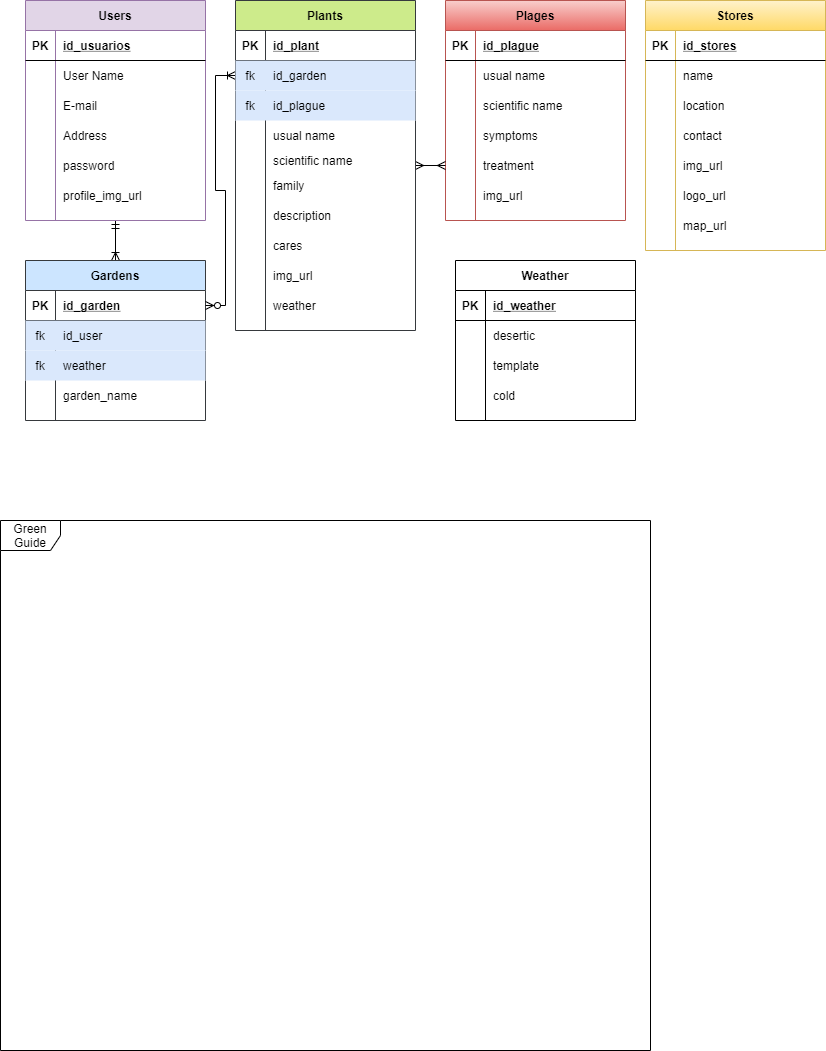
Above: Untitled Diagram.png in Green-Guide-utch/Entity-Relationship-Model (draw.io), before the change. Source tidied: cells renumbered, new cells last; positions are measured from the earlier drawing's top-left corner, leaving out a move shared by most shapes.
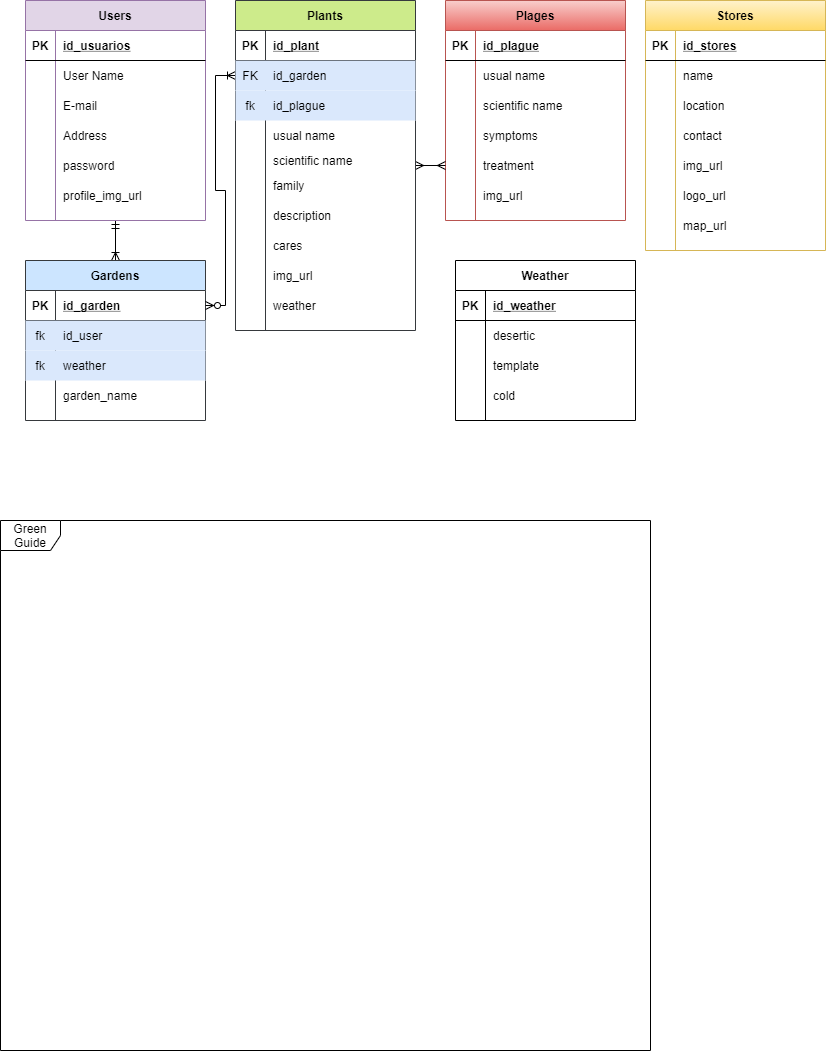
The same file after the commit.

Diff of the diagram source:
```diff
@@ -182,7 +182,7 @@
     <mxCell id="61" style="shape=partialRectangle;fillColor=#dae8fc;top=0;left=0;bottom=0;right=0;points=[[0,0.5],[1,0.5]];portConstraint=eastwest;strokeColor=#6c8ebf;" parent="57" vertex="1">
       <mxGeometry y="60" width="180" height="30" as="geometry" />
     </mxCell>
-    <mxCell id="62" value="fk" style="shape=partialRectangle;fillColor=none;top=0;left=0;bottom=0;right=0;overflow=hidden;" parent="61" vertex="1">
+    <mxCell id="62" value="FK" style="shape=partialRectangle;fillColor=none;top=0;left=0;bottom=0;right=0;overflow=hidden;" parent="61" vertex="1">
       <mxGeometry width="30" height="30" as="geometry" />
     </mxCell>
     <mxCell id="63" value="id_garden" style="shape=partialRectangle;fillColor=none;top=0;left=0;bottom=0;right=0;align=left;spacingLeft=6;overflow=hidden;" parent="61" vertex="1">
```
